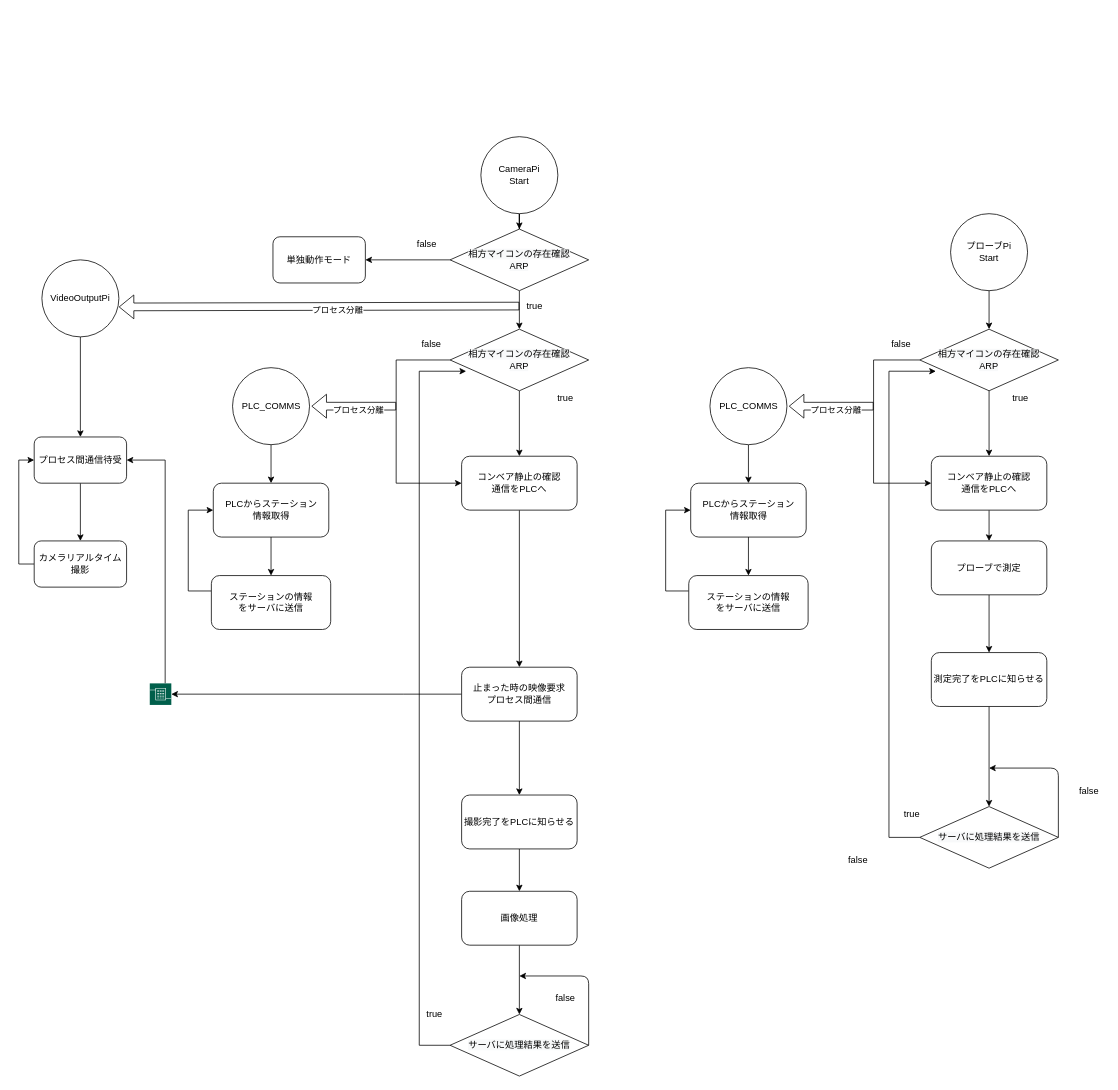
This is フローチャート.drawio from chekke1999/kaihatukadai, a draw.io file, before an edit. Source tidied: cells renumbered, new cells numbered last; positions are measured from the earlier drawing's top-left corner, leaving out a move shared by most shapes. Both pictures are drawn from the tidied source at 77%, with x=0, y=0 at pixel (18, 136).
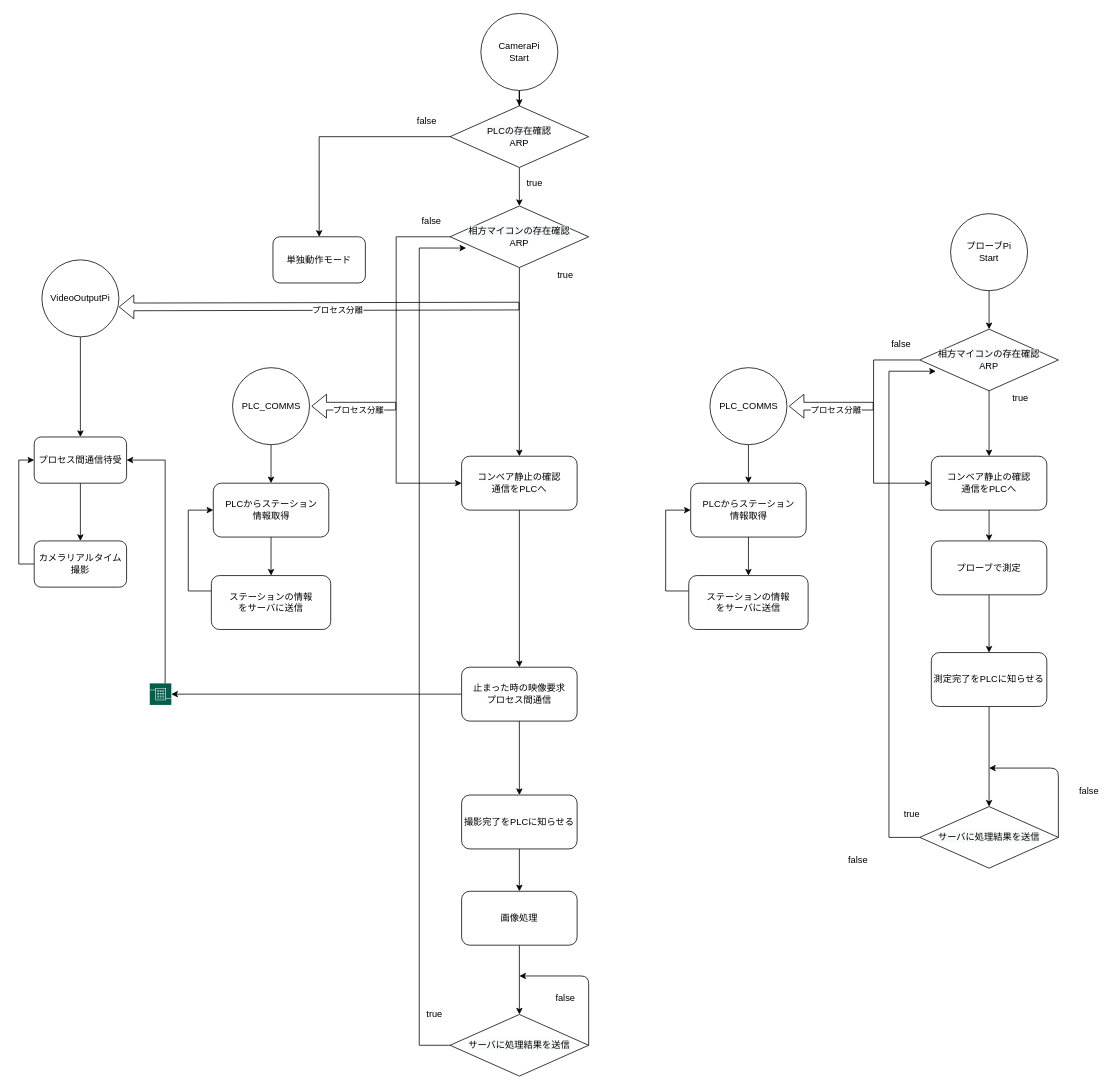
After the change.

Commit message:
フローチャート.drawio

The change refers to these unchanged cells:
```xml
<mxCell id="11" value="&lt;span style=&quot;color: rgb(0 , 0 , 0) ; font-family: &amp;#34;helvetica&amp;#34; ; font-size: 12px ; font-style: normal ; font-weight: 400 ; letter-spacing: normal ; text-align: center ; text-indent: 0px ; text-transform: none ; word-spacing: 0px ; background-color: rgb(248 , 249 , 250) ; display: inline ; float: none&quot;&gt;サーバに処理結果を送信&lt;br&gt;&lt;/span&gt;" style="rhombus;whiteSpace=wrap;html=1;" parent="1" vertex="1">
  <mxGeometry x="560" y="1140" width="180" height="80" as="geometry" />
</mxCell>
<mxCell id="21" value="&lt;span style=&quot;font-family: &amp;#34;helvetica&amp;#34;&quot;&gt;コンベア静止の確認&lt;/span&gt;&lt;br style=&quot;font-family: &amp;#34;helvetica&amp;#34;&quot;&gt;&lt;span style=&quot;font-family: &amp;#34;helvetica&amp;#34;&quot;&gt;通信をPLCへ&lt;/span&gt;" style="rounded=1;whiteSpace=wrap;html=1;" parent="1" vertex="1">
  <mxGeometry x="575" y="415" width="150" height="70" as="geometry" />
</mxCell>
```

Diff of the diagram source:
```diff
@@
     <mxCell id="3" value="CameraPi&lt;br&gt;Start" style="ellipse;whiteSpace=wrap;html=1;" parent="1" vertex="1">
-      <mxGeometry x="600" width="100" height="100" as="geometry" />
+      <mxGeometry x="600" y="-160" width="100" height="100" as="geometry" />
     </mxCell>
@@
     <mxCell id="5" style="edgeStyle=orthogonalEdgeStyle;rounded=0;jettySize=auto;html=1;entryX=0;entryY=0.5;entryDx=0;entryDy=0;" parent="1" edge="1" source="6" target="21">
       <mxGeometry relative="1" as="geometry">
         <Array as="points">
-          <mxPoint x="490" y="290" />
+          <mxPoint x="490" y="130" />
           <mxPoint x="490" y="450" />
         </Array>
       </mxGeometry>
     </mxCell>
     <mxCell id="6" value="&lt;span style=&quot;color: rgb(0 , 0 , 0) ; font-family: &amp;#34;helvetica&amp;#34; ; font-size: 12px ; font-style: normal ; font-weight: 400 ; letter-spacing: normal ; text-align: center ; text-indent: 0px ; text-transform: none ; word-spacing: 0px ; background-color: rgb(248 , 249 , 250) ; display: inline ; float: none&quot;&gt;相方マイコンの存在確認&lt;br&gt;ARP&lt;br&gt;&lt;/span&gt;" style="rhombus;whiteSpace=wrap;html=1;" parent="1" vertex="1">
-      <mxGeometry x="560" y="250" width="180" height="80" as="geometry" />
+      <mxGeometry x="560" y="90" width="180" height="80" as="geometry" />
     </mxCell>
     <mxCell id="7" value="true" style="text;html=1;strokeColor=none;fillColor=none;align=center;verticalAlign=middle;whiteSpace=wrap;rounded=0;" parent="1" vertex="1">
-      <mxGeometry x="690" y="330" width="40" height="20" as="geometry" />
+      <mxGeometry x="690" y="170" width="40" height="20" as="geometry" />
     </mxCell>
@@
     <mxCell id="10" style="edgeStyle=orthogonalEdgeStyle;rounded=0;jettySize=auto;html=1;entryX=0.116;entryY=0.683;entryDx=0;entryDy=0;entryPerimeter=0;" parent="1" edge="1" source="11" target="6">
       <mxGeometry relative="1" as="geometry">
         <Array as="points">
           <mxPoint x="520" y="1180" />
-          <mxPoint x="520" y="305" />
+          <mxPoint x="520" y="145" />
         </Array>
       </mxGeometry>
     </mxCell>
@@
     <mxCell id="15" value="false" style="text;html=1;strokeColor=none;fillColor=none;align=center;verticalAlign=middle;whiteSpace=wrap;rounded=0;" parent="1" vertex="1">
-      <mxGeometry x="515.5" y="260" width="40" height="20" as="geometry" />
+      <mxGeometry x="515.5" y="100" width="40" height="20" as="geometry" />
     </mxCell>
@@
-    <mxCell id="70" value="&lt;span style=&quot;color: rgb(0 , 0 , 0) ; font-family: &amp;#34;helvetica&amp;#34; ; font-size: 12px ; font-style: normal ; font-weight: 400 ; letter-spacing: normal ; text-align: center ; text-indent: 0px ; text-transform: none ; word-spacing: 0px ; background-color: rgb(248 , 249 , 250) ; display: inline ; float: none&quot;&gt;相方マイコンの存在確認&lt;br&gt;ARP&lt;br&gt;&lt;/span&gt;" style="rhombus;whiteSpace=wrap;html=1;" parent="1" vertex="1">
-      <mxGeometry x="560" y="120" width="180" height="80" as="geometry" />
+    <mxCell id="70" value="&lt;span style=&quot;color: rgb(0 , 0 , 0) ; font-family: &amp;#34;helvetica&amp;#34; ; font-size: 12px ; font-style: normal ; font-weight: 400 ; letter-spacing: normal ; text-align: center ; text-indent: 0px ; text-transform: none ; word-spacing: 0px ; background-color: rgb(248 , 249 , 250) ; display: inline ; float: none&quot;&gt;PLCの存在確認&lt;br&gt;ARP&lt;br&gt;&lt;/span&gt;" style="rhombus;whiteSpace=wrap;html=1;" parent="1" vertex="1">
+      <mxGeometry x="560" y="-40" width="180" height="80" as="geometry" />
     </mxCell>
     <mxCell id="71" value="true" style="text;html=1;strokeColor=none;fillColor=none;align=center;verticalAlign=middle;whiteSpace=wrap;rounded=0;" parent="1" vertex="1">
-      <mxGeometry x="650" y="210" width="40" height="20" as="geometry" />
+      <mxGeometry x="650" y="50" width="40" height="20" as="geometry" />
     </mxCell>
     <mxCell id="72" value="false" style="text;html=1;strokeColor=none;fillColor=none;align=center;verticalAlign=middle;whiteSpace=wrap;rounded=0;" parent="1" vertex="1">
-      <mxGeometry x="510" y="130" width="40" height="20" as="geometry" />
+      <mxGeometry x="510" y="-30" width="40" height="20" as="geometry" />
     </mxCell>
```
